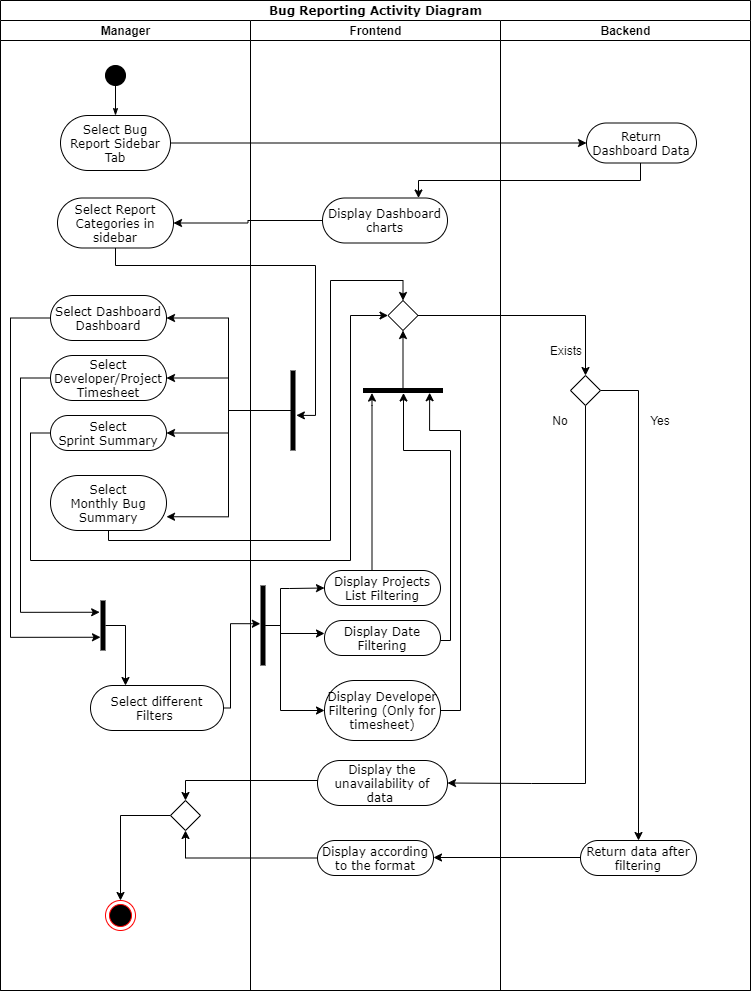
DiWeera98/IN2900Docs keeps this draw.io diagram as Activity Diagrams/BR.png. Above is the earlier version. Source tidied: cells renumbered, new cells last; positions are measured from the earlier drawing's top-left corner, leaving out a move shared by most shapes.
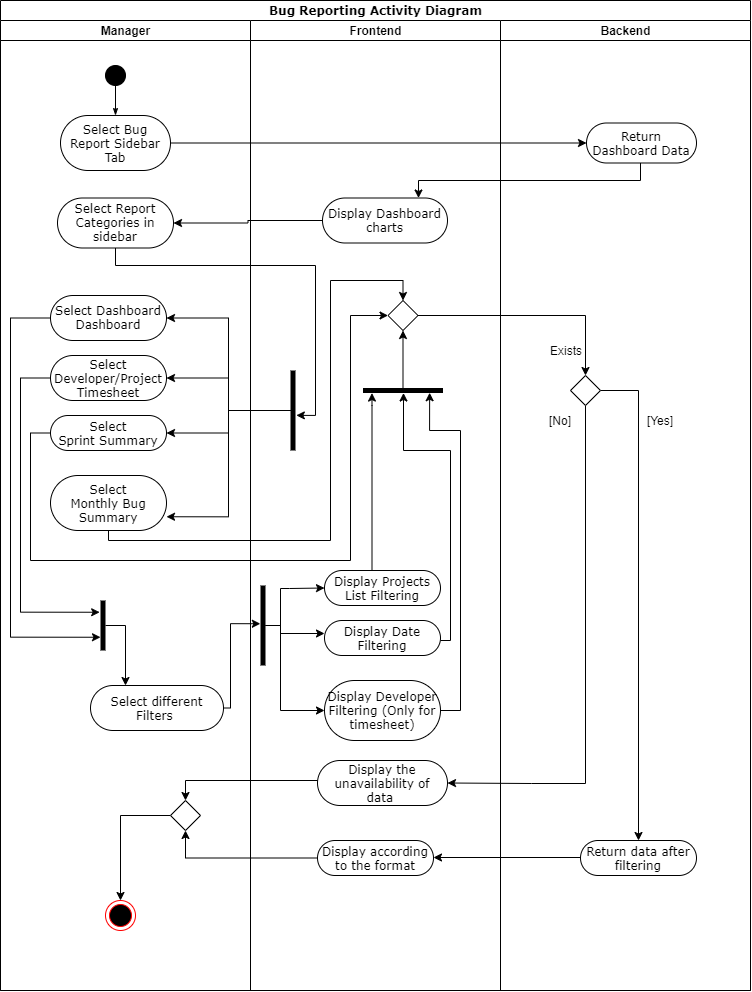
After the change.

Commit message:
Corrected Activity BR

What changed in the source:
```diff
@@ -234,10 +234,10 @@
     <mxCell id="53" style="rhombus;" parent="49" vertex="1">
       <mxGeometry x="70" y="355" width="30" height="30" as="geometry" />
     </mxCell>
-    <mxCell id="54" value="No" style="text;html=1;strokeColor=none;fillColor=none;align=center;verticalAlign=middle;whiteSpace=wrap;rounded=0;" parent="49" vertex="1">
+    <mxCell id="54" value="[No]" style="text;html=1;strokeColor=none;fillColor=none;align=center;verticalAlign=middle;whiteSpace=wrap;rounded=0;" parent="49" vertex="1">
       <mxGeometry x="40" y="390" width="40" height="20" as="geometry" />
     </mxCell>
-    <mxCell id="55" value="Yes" style="text;html=1;strokeColor=none;fillColor=none;align=center;verticalAlign=middle;whiteSpace=wrap;rounded=0;" parent="49" vertex="1">
+    <mxCell id="55" value="[Yes]" style="text;html=1;strokeColor=none;fillColor=none;align=center;verticalAlign=middle;whiteSpace=wrap;rounded=0;" parent="49" vertex="1">
       <mxGeometry x="140" y="390" width="40" height="20" as="geometry" />
     </mxCell>
     <mxCell id="56" value="Exists" style="text;html=1;strokeColor=none;fillColor=none;align=center;verticalAlign=middle;whiteSpace=wrap;rounded=0;" parent="49" vertex="1">
```
